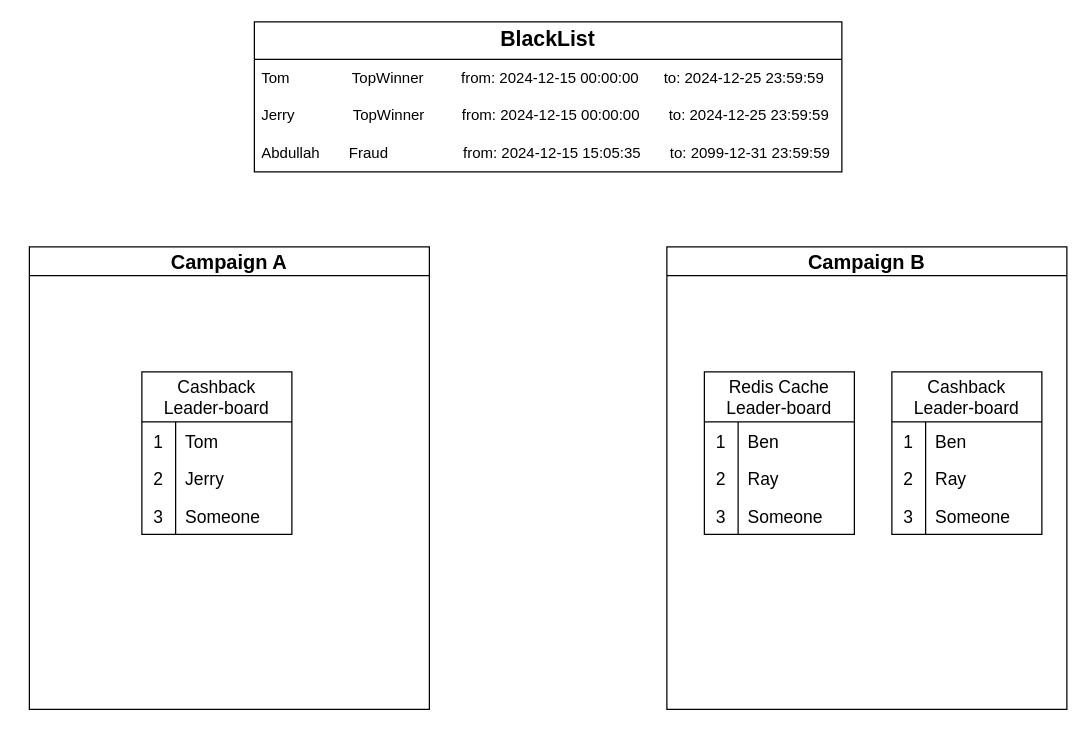
This is game_blacklist_logic.drawio from EricLuoisme/own-diagrams-draw-io, a draw.io file, before an edit. Source tidied: cells renumbered, new cells numbered last; positions are measured from the earlier drawing's top-left corner, leaving out a move shared by most shapes. Both pictures are drawn from the tidied source at 125%, with x=0, y=0 at pixel (29, 21).
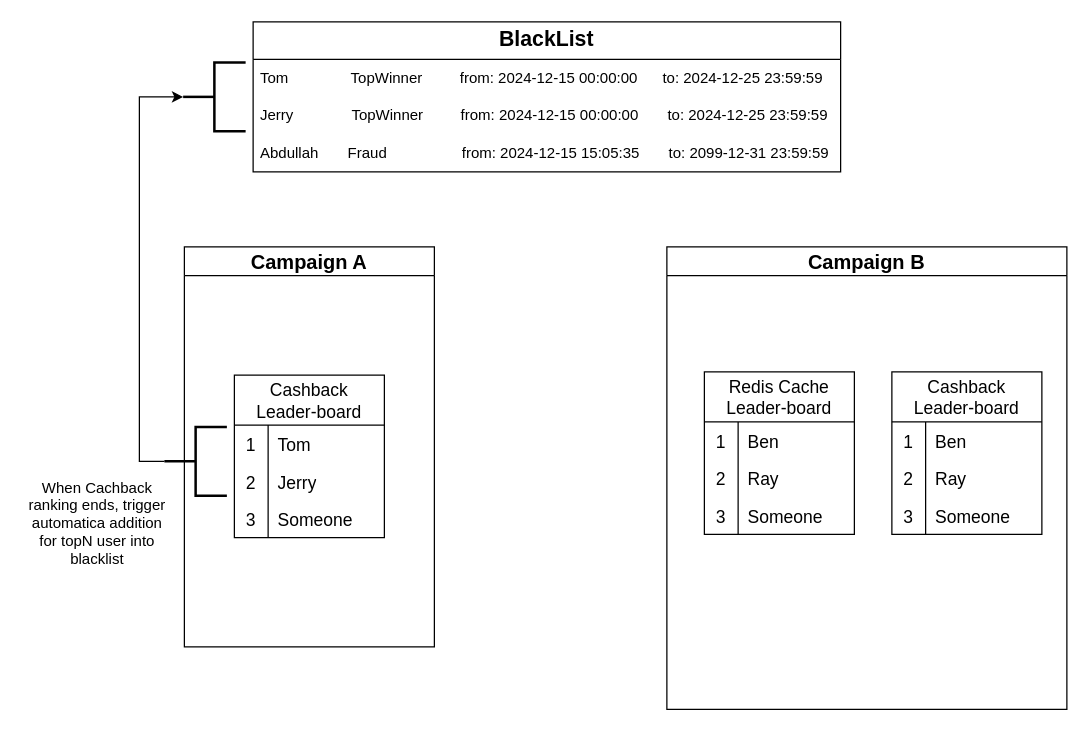
The same page after the edit.

Diff of the diagram source:
```diff
@@
     <mxCell id="2" value="&lt;font style=&quot;font-size: 16px;&quot;&gt;Campaign A&lt;/font&gt;" style="swimlane;whiteSpace=wrap;html=1;" parent="1" vertex="1">
-      <mxGeometry y="180" width="320" height="370" as="geometry" />
+      <mxGeometry x="124" y="180" width="200" height="320" as="geometry" />
     </mxCell>
     <mxCell id="3" value="Cashback&#10;Leader-board" style="shape=table;startSize=40;childLayout=tableLayout;rowLines=0;fontStyle=0;strokeColor=default;fontSize=14;" parent="2" vertex="1">
-      <mxGeometry x="90" y="100" width="120" height="130" as="geometry" />
+      <mxGeometry x="40" y="102.5" width="120" height="130" as="geometry" />
     </mxCell>
@@
+    <mxCell id="38" style="strokeWidth=2;html=1;shape=mxgraph.flowchart.annotation_2;align=left;labelPosition=right;rotation=0;" parent="2" vertex="1">
+      <mxGeometry x="-16" y="144" width="50" height="55" as="geometry" />
+    </mxCell>
@@
     <mxCell id="34" value="&lt;font style=&quot;font-size: 17px;&quot;&gt;&lt;b&gt;BlackList&lt;/b&gt;&lt;/font&gt;" style="swimlane;fontStyle=0;horizontal=1;startSize=30;whiteSpace=wrap;html=1;" parent="1" vertex="1">
-      <mxGeometry x="180" width="470" height="120" as="geometry" />
+      <mxGeometry x="179" width="470" height="120" as="geometry" />
     </mxCell>
@@
+    <mxCell id="39" style="strokeWidth=2;html=1;shape=mxgraph.flowchart.annotation_2;align=left;labelPosition=right;rotation=0;" parent="1" vertex="1">
+      <mxGeometry x="123" y="32.5" width="50" height="55" as="geometry" />
+    </mxCell>
+    <mxCell id="40" style="edgeStyle=orthogonalEdgeStyle;rounded=0;jettySize=auto;html=1;exitX=0;exitY=0.5;exitDx=0;exitDy=0;exitPerimeter=0;entryX=0;entryY=0.5;entryDx=0;entryDy=0;entryPerimeter=0;" parent="1" edge="1" source="38" target="39">
+      <mxGeometry relative="1" as="geometry" />
+    </mxCell>
+    <mxCell id="41" value="When Cachback ranking ends, trigger automatica addition for topN user into blacklist" style="text;strokeColor=none;align=center;fillColor=none;html=1;verticalAlign=middle;whiteSpace=wrap;rounded=0;" parent="1" vertex="1">
+      <mxGeometry x="-6" y="361" width="121" height="80" as="geometry" />
+    </mxCell>
```
